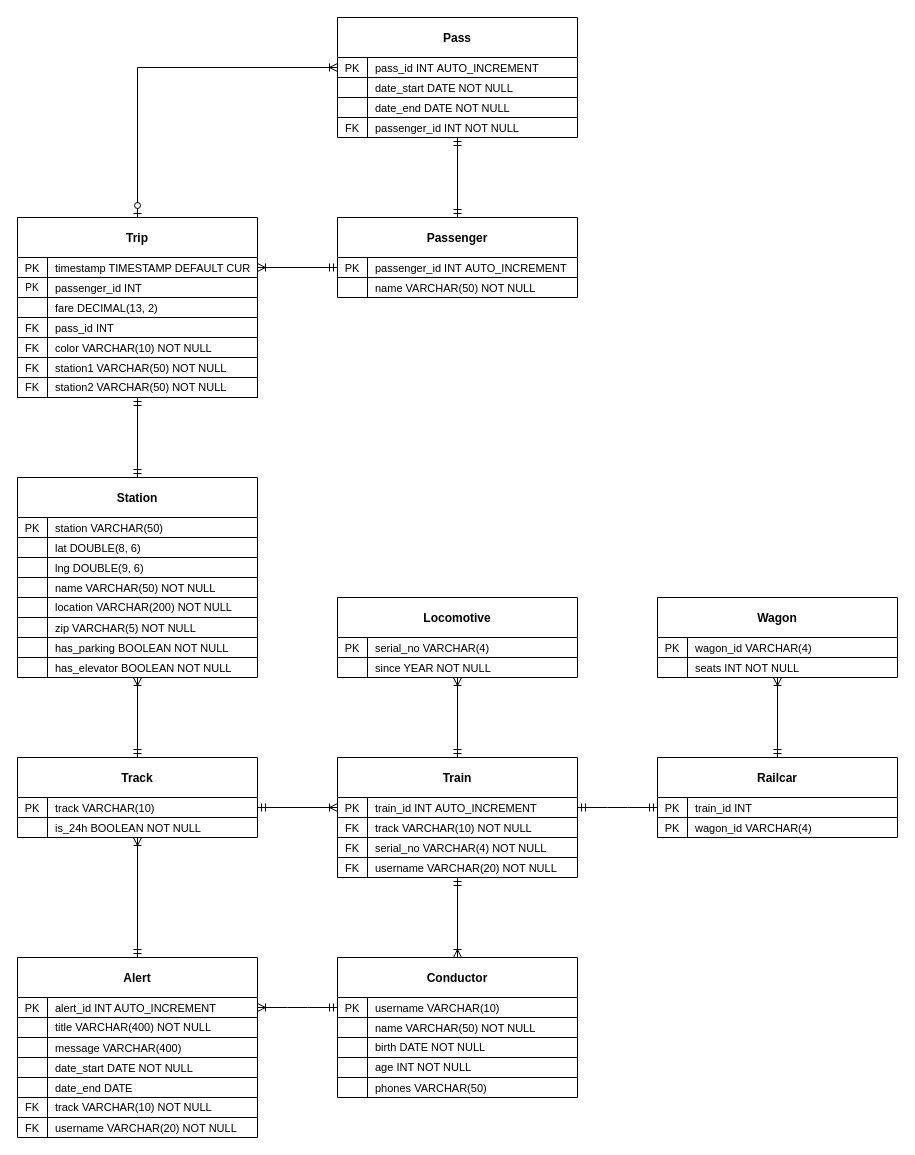
The draw.io diagram page "Stage 3" (2 of 2) of cta/uml.drawio in hanggrian/IIT-CS425, before the edit. Source tidied: cells renumbered, new cells numbered last; positions are measured from the earlier drawing's top-left corner, leaving out a move shared by most shapes. Both pictures are drawn from the tidied source at 100%, with x=0, y=0 at pixel (17, 17).
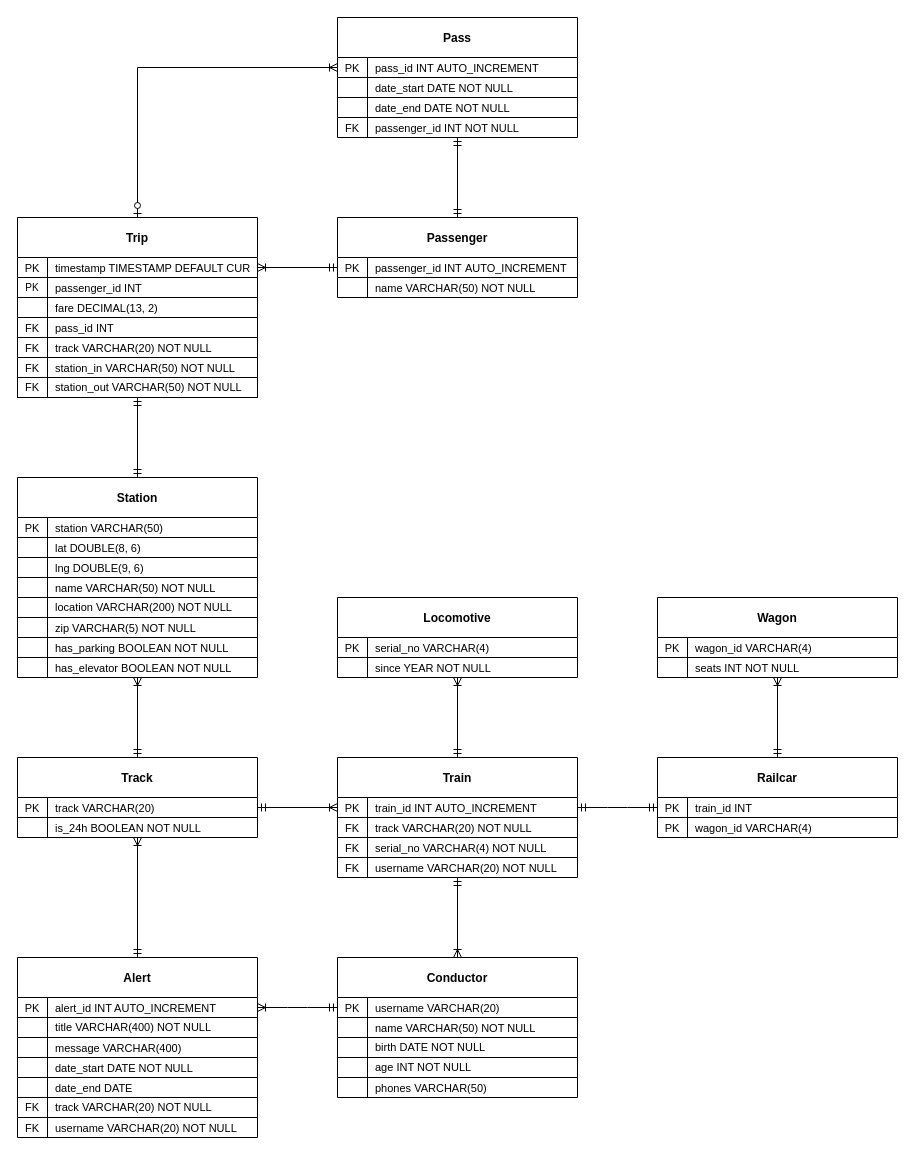
The same diagram, later.

Unchanged cells that the change refers to:
```xml
<mxCell id="3" style="shape=partialRectangle;fillColor=none;points=[[0,0.5],[1,0.5]];portConstraint=eastwest;top=0;left=0;right=0;bottom=1;fontSize=11;" parent="2" vertex="1">
  <mxGeometry y="40" width="240" height="20" as="geometry" />
</mxCell>
<mxCell id="50" style="shape=tableRow;horizontal=0;startSize=0;swimlaneHead=0;swimlaneBody=0;fillColor=none;top=0;left=0;right=0;bottom=1;" parent="34" vertex="1">
  <mxGeometry y="140" width="240" height="20" as="geometry" />
</mxCell>
<mxCell id="76" style="shape=tableRow;horizontal=0;startSize=0;swimlaneHead=0;swimlaneBody=0;fillColor=none;top=0;left=0;right=0;bottom=1;fontSize=11;" parent="63" vertex="1">
  <mxGeometry y="120" width="240" height="20" as="geometry" />
</mxCell>
<mxCell id="79" style="shape=tableRow;horizontal=0;startSize=0;swimlaneHead=0;swimlaneBody=0;fillColor=none;top=0;left=0;right=0;bottom=1;fontSize=11;" parent="63" vertex="1">
  <mxGeometry y="140" width="240" height="20" as="geometry" />
</mxCell>
<mxCell id="82" style="shape=tableRow;horizontal=0;startSize=0;swimlaneHead=0;swimlaneBody=0;fillColor=none;points=[[0,0.5],[1,0.5]];portConstraint=eastwest;top=0;left=0;right=0;bottom=1;" parent="63" vertex="1">
  <mxGeometry y="160" width="240" height="20" as="geometry" />
</mxCell>
<mxCell id="99" style="shape=partialRectangle;fillColor=none;points=[[0,0.5],[1,0.5]];portConstraint=eastwest;top=0;left=0;right=0;bottom=1;fontSize=11;" parent="98" vertex="1">
  <mxGeometry y="40" width="240" height="20" as="geometry" />
</mxCell>
<mxCell id="133" style="shape=partialRectangle;fillColor=none;top=0;left=0;bottom=1;right=0;fontSize=11;" parent="129" vertex="1">
  <mxGeometry y="60" width="240" height="20" as="geometry" />
</mxCell>
```

Change to the diagram source:
```diff
@@
-    <mxCell id="5" value="track VARCHAR(10)" style="shape=partialRectangle;overflow=hidden;fillColor=none;top=0;left=0;bottom=0;right=0;align=left;spacingLeft=6;fontStyle=0;fontSize=11;" parent="3" vertex="1">
+    <mxCell id="5" value="track VARCHAR(20)" style="shape=partialRectangle;overflow=hidden;fillColor=none;top=0;left=0;bottom=0;right=0;align=left;spacingLeft=6;fontStyle=0;fontSize=11;" parent="3" vertex="1">
       <mxGeometry x="30" width="210" height="20" as="geometry" />
     </mxCell>
@@
-    <mxCell id="52" value="track VARCHAR(10) NOT NULL" style="shape=partialRectangle;fillColor=none;top=0;left=0;bottom=0;right=0;align=left;spacingLeft=6;fontStyle=0;overflow=hidden;whiteSpace=wrap;html=1;fontSize=11;" parent="50" vertex="1">
+    <mxCell id="52" value="track VARCHAR(20) NOT NULL" style="shape=partialRectangle;fillColor=none;top=0;left=0;bottom=0;right=0;align=left;spacingLeft=6;fontStyle=0;overflow=hidden;whiteSpace=wrap;html=1;fontSize=11;" parent="50" vertex="1">
       <mxGeometry x="30" width="210" height="20" as="geometry" />
     </mxCell>
@@
-    <mxCell id="78" value="color VARCHAR(10) NOT NULL" style="shape=partialRectangle;fillColor=none;top=0;left=0;bottom=0;right=0;align=left;spacingLeft=6;fontStyle=0;overflow=hidden;fontSize=11;" parent="76" vertex="1">
+    <mxCell id="78" value="track VARCHAR(20) NOT NULL" style="shape=partialRectangle;fillColor=none;top=0;left=0;bottom=0;right=0;align=left;spacingLeft=6;fontStyle=0;overflow=hidden;fontSize=11;" parent="76" vertex="1">
       <mxGeometry x="30" width="210" height="20" as="geometry" />
     </mxCell>
@@
-    <mxCell id="81" value="station1 VARCHAR(50) NOT NULL" style="shape=partialRectangle;fillColor=none;top=0;left=0;bottom=0;right=0;align=left;spacingLeft=6;fontStyle=0;overflow=hidden;fontSize=11;" parent="79" vertex="1">
+    <mxCell id="81" value="station_in VARCHAR(50) NOT NULL" style="shape=partialRectangle;fillColor=none;top=0;left=0;bottom=0;right=0;align=left;spacingLeft=6;fontStyle=0;overflow=hidden;fontSize=11;" parent="79" vertex="1">
       <mxGeometry x="30" width="210" height="20" as="geometry" />
     </mxCell>
@@
-    <mxCell id="84" value="station2 VARCHAR(50) NOT NULL" style="shape=partialRectangle;fillColor=none;top=0;left=0;bottom=0;right=0;align=left;spacingLeft=6;fontStyle=0;overflow=hidden;whiteSpace=wrap;html=1;fontSize=11;" parent="82" vertex="1">
+    <mxCell id="84" value="station_out VARCHAR(50) NOT NULL" style="shape=partialRectangle;fillColor=none;top=0;left=0;bottom=0;right=0;align=left;spacingLeft=6;fontStyle=0;overflow=hidden;whiteSpace=wrap;html=1;fontSize=11;" parent="82" vertex="1">
       <mxGeometry x="30" width="210" height="20" as="geometry" />
     </mxCell>
@@
-    <mxCell id="101" value="username VARCHAR(10)" style="shape=partialRectangle;overflow=hidden;fillColor=none;top=0;left=0;bottom=0;right=0;align=left;spacingLeft=6;fontStyle=0;fontSize=11;" parent="99" vertex="1">
+    <mxCell id="101" value="username VARCHAR(20)" style="shape=partialRectangle;overflow=hidden;fillColor=none;top=0;left=0;bottom=0;right=0;align=left;spacingLeft=6;fontStyle=0;fontSize=11;" parent="99" vertex="1">
       <mxGeometry x="30" width="210" height="20" as="geometry" />
     </mxCell>
@@
-    <mxCell id="135" value="track VARCHAR(10) NOT NULL" style="shape=partialRectangle;fillColor=none;top=0;left=0;bottom=0;right=0;align=left;spacingLeft=6;fontStyle=0;overflow=hidden;fontSize=11;" parent="133" vertex="1">
+    <mxCell id="135" value="track VARCHAR(20) NOT NULL" style="shape=partialRectangle;fillColor=none;top=0;left=0;bottom=0;right=0;align=left;spacingLeft=6;fontStyle=0;overflow=hidden;fontSize=11;" parent="133" vertex="1">
       <mxGeometry x="30" width="210" height="20" as="geometry" />
     </mxCell>
```
